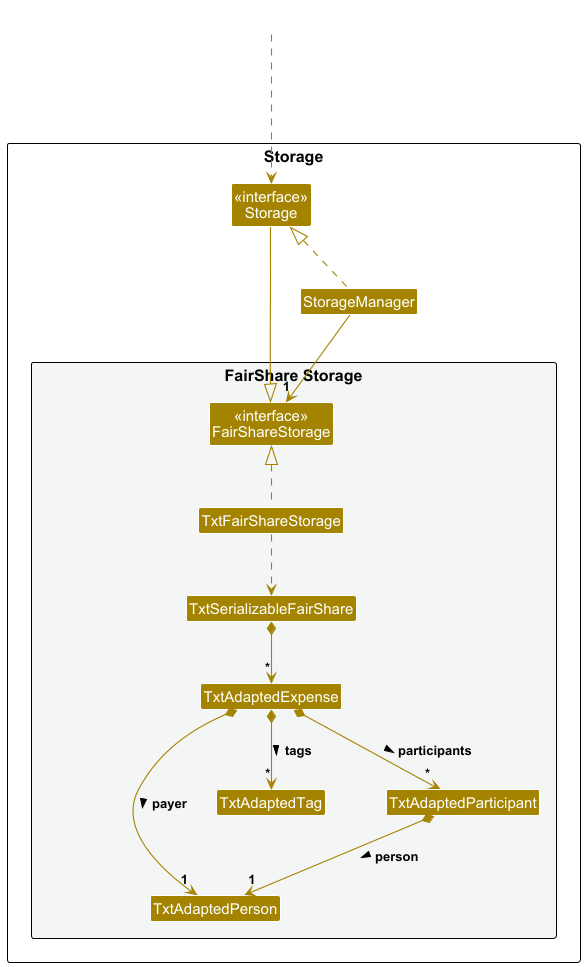
Earlier version of the PlantUML export docs/architecture/StorageClassDiagram.png (nus-cs2103de-ay2526s2-grp6/tp).
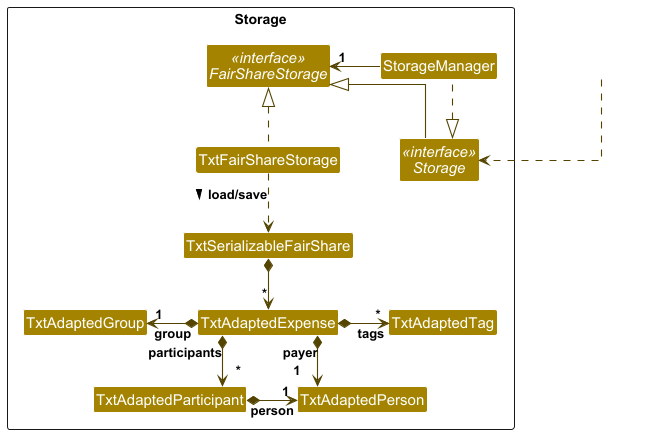
Above is the later version.

Commit message:
Update logic, model, and storage class diagrams

What changed in the source:
```diff
@@ -1,42 +1,45 @@
 @startuml
 !include style.puml
+skinparam linetype ortho
 skinparam arrowThickness 1.1
-skinparam arrowColor STORAGE_COLOR
+skinparam arrowColor STORAGE_COLOR_4
 skinparam classBackgroundColor STORAGE_COLOR
-skinparam nodesep 60
-skinparam ranksep 60
+skinparam nodesep 50
+skinparam ranksep 50
 
-package Storage as StoragePackage {
+Class HiddenOutside #FFFFFF
 
-    Class "<<interface>>\nStorage" as Storage
-    Class StorageManager
+package Storage as StoragePackage <<Rectangle>> {
+    interface "<<interface>>\nFairShareStorage" as FairShareStorage
+    interface "<<interface>>\nStorage" as Storage
 
-    package "FairShare Storage" #F4F6F6 {
-        Class "<<interface>>\nFairShareStorage" as FairShareStorage
-        Class TxtFairShareStorage
-        Class TxtSerializableFairShare
-        Class TxtAdaptedExpense
-        Class TxtAdaptedPerson
-        Class TxtAdaptedTag
-        Class TxtAdaptedParticipant
-    }
+    class StorageManager
+    class TxtFairShareStorage
+    class TxtSerializableFairShare
+    class TxtAdaptedExpense
+    class TxtAdaptedGroup
+    class TxtAdaptedPerson
+    class TxtAdaptedParticipant
+    class TxtAdaptedTag
+
+    HiddenOutside .down.> Storage
+
+    Storage -up-|> FairShareStorage
+
+    StorageManager .up.|> Storage
+    StorageManager -right-> "1" FairShareStorage
+
+    TxtFairShareStorage .up.|> FairShareStorage
+    TxtFairShareStorage .down.> TxtSerializableFairShare : load/save >
+
+    TxtSerializableFairShare *-down-> "*" TxtAdaptedExpense
+
+    TxtAdaptedExpense *-left-> "1" TxtAdaptedGroup : group
+    TxtAdaptedExpense *-right-> "*" TxtAdaptedTag : tags
+    TxtAdaptedExpense *-down-> "*" TxtAdaptedParticipant : participants
+    TxtAdaptedExpense *-down-> "1" TxtAdaptedPerson : payer
+
+    TxtAdaptedParticipant *-right-> "1" TxtAdaptedPerson : person
 }
 
-Class HiddenOutside #FFFFFF
-HiddenOutside -down..> Storage
-
-StorageManager .up.|> Storage
-Storage -right-|> FairShareStorage
-
-StorageManager -down-> "1" FairShareStorage
-
-TxtFairShareStorage .up.|> FairShareStorage
-
-TxtFairShareStorage ..> TxtSerializableFairShare
-TxtSerializableFairShare *-down-> "*" TxtAdaptedExpense
-TxtAdaptedExpense *-down-> "1" TxtAdaptedPerson : payer >
-TxtAdaptedExpense *-down-> "*" TxtAdaptedParticipant : participants >
-TxtAdaptedExpense *-down-> "*" TxtAdaptedTag : tags >
-TxtAdaptedParticipant *-down-> "1" TxtAdaptedPerson : person >
-
 @enduml
```
